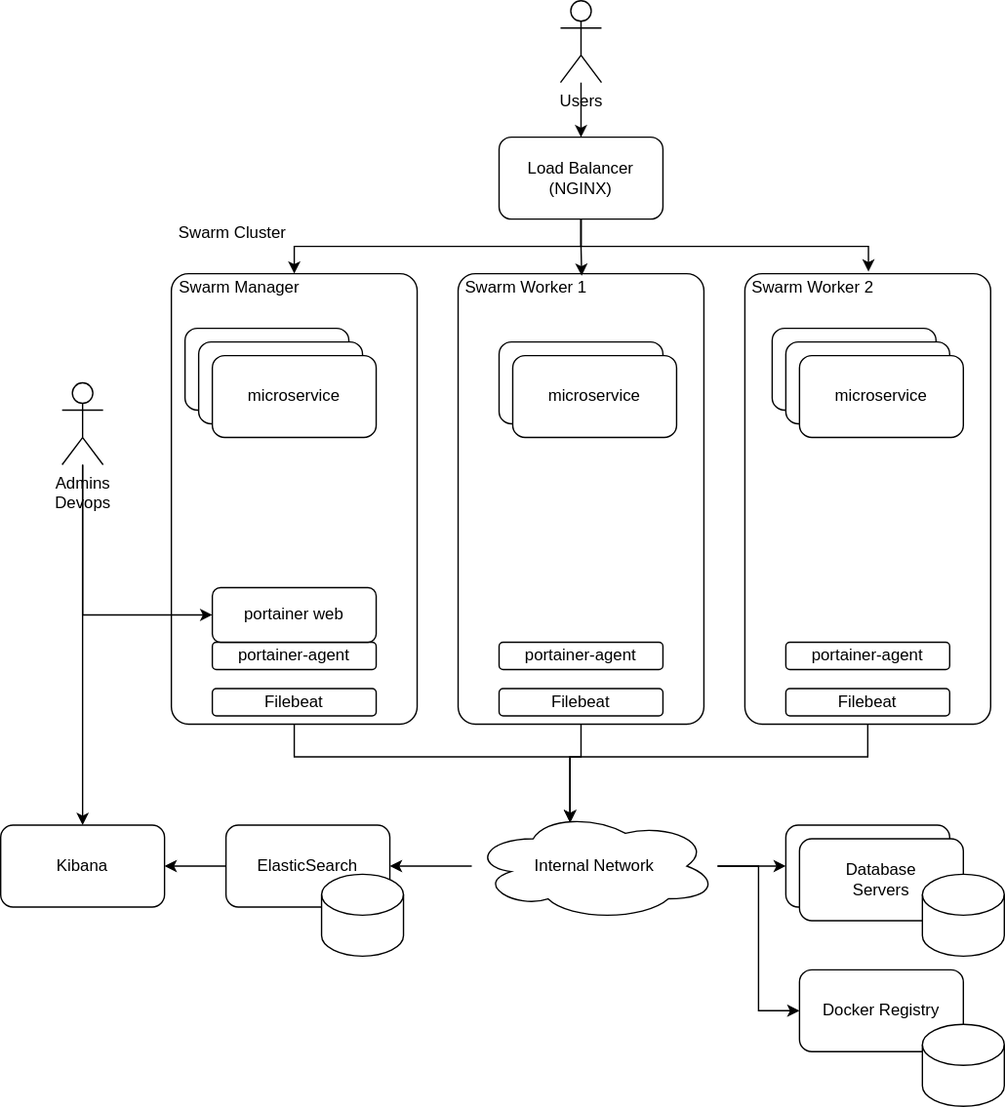
jveverka/microprojects keeps this draw.io diagram as docs/cluster-docker-swarm/docker-swarm-reference-architecture.svg. Above is the earlier version. Source tidied: cells renumbered, new cells last; positions are measured from the earlier drawing's top-left corner, leaving out a move shared by most shapes.
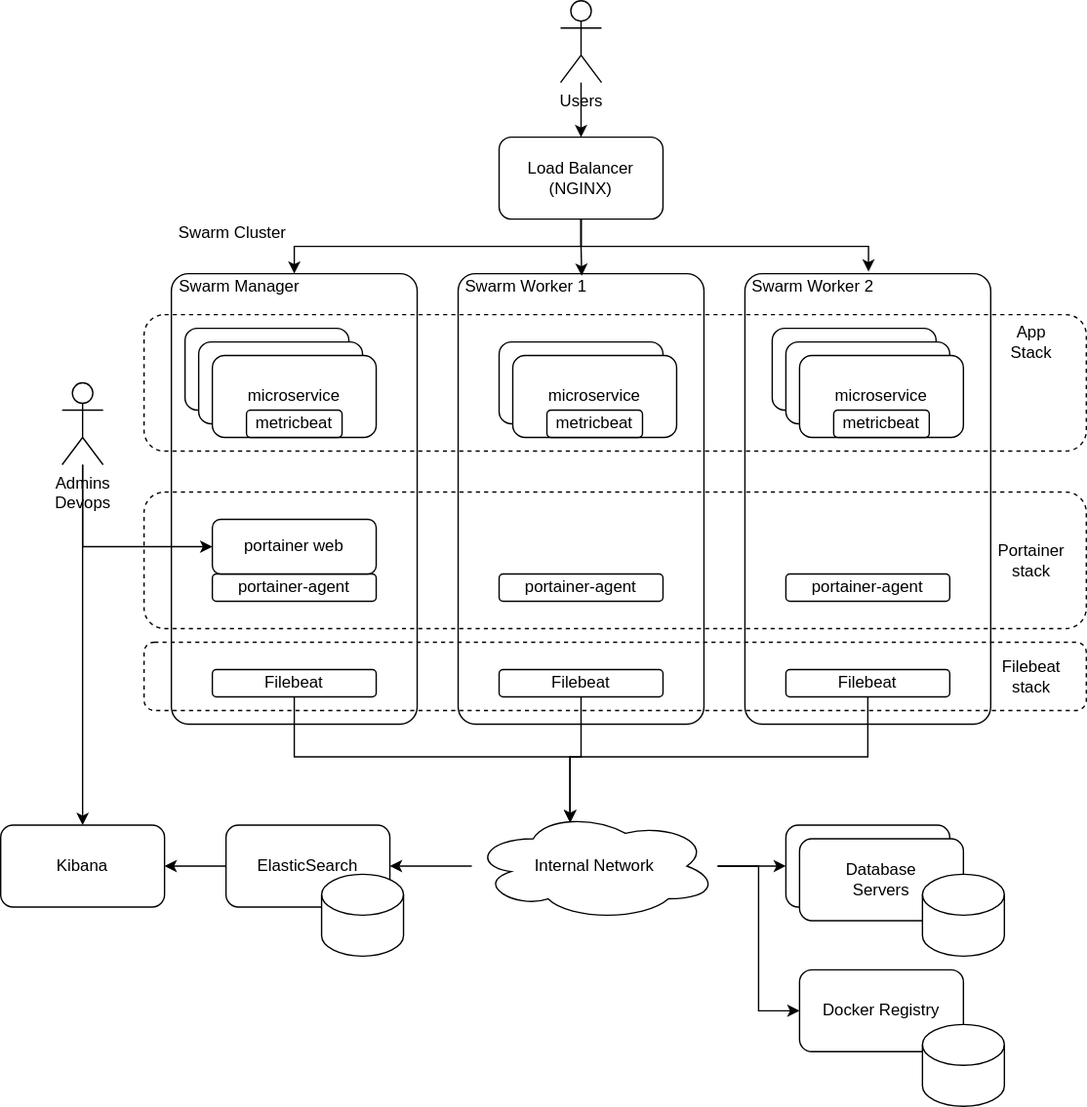
Later version of the same file.

Diff of the diagram source:
```diff
@@ -2,42 +2,48 @@
   <root>
     <mxCell id="0" />
     <mxCell id="1" parent="0" />
+    <mxCell id="7" style="rounded=1;whiteSpace=wrap;html=1;arcSize=7;" parent="1" vertex="1">
+      <mxGeometry x="545" y="200" width="180" height="330" as="geometry" />
+    </mxCell>
+    <mxCell id="5" style="rounded=1;whiteSpace=wrap;html=1;arcSize=7;" parent="1" vertex="1">
+      <mxGeometry x="335" y="200" width="180" height="330" as="geometry" />
+    </mxCell>
+    <mxCell id="3" style="rounded=1;whiteSpace=wrap;html=1;arcSize=7;" parent="1" vertex="1">
+      <mxGeometry x="125" y="200" width="180" height="330" as="geometry" />
+    </mxCell>
+    <mxCell id="49" style="rounded=1;whiteSpace=wrap;html=1;fillColor=none;dashed=1;" parent="1" vertex="1">
+      <mxGeometry x="105" y="470" width="690" height="50" as="geometry" />
+    </mxCell>
+    <mxCell id="50" style="rounded=1;whiteSpace=wrap;html=1;fillColor=none;dashed=1;" parent="1" vertex="1">
+      <mxGeometry x="105" y="360" width="690" height="100" as="geometry" />
+    </mxCell>
+    <mxCell id="51" style="rounded=1;whiteSpace=wrap;html=1;fillColor=none;dashed=1;" parent="1" vertex="1">
+      <mxGeometry x="105" y="230" width="690" height="100" as="geometry" />
+    </mxCell>
-    <mxCell id="2" style="edgeStyle=orthogonalEdgeStyle;rounded=0;jettySize=auto;html=1;entryX=0.4;entryY=0.1;entryDx=0;entryDy=0;entryPerimeter=0;" parent="1" edge="1" target="22">
+    <mxCell id="2" style="edgeStyle=orthogonalEdgeStyle;rounded=0;jettySize=auto;html=1;entryX=0.4;entryY=0.1;entryDx=0;entryDy=0;entryPerimeter=0;exitX=0.5;exitY=1;exitDx=0;exitDy=0;" parent="1" edge="1" source="28" target="22">
       <mxGeometry relative="1" as="geometry">
-        <mxPoint x="215" y="524" as="sourcePoint" />
         <Array as="points">
           <mxPoint x="215" y="554" />
           <mxPoint x="417" y="554" />
         </Array>
       </mxGeometry>
     </mxCell>
-    <mxCell id="3" style="rounded=1;whiteSpace=wrap;html=1;arcSize=7;" parent="1" vertex="1">
-      <mxGeometry x="125" y="200" width="180" height="330" as="geometry" />
-    </mxCell>
-    <mxCell id="4" style="edgeStyle=orthogonalEdgeStyle;rounded=0;jettySize=auto;html=1;entryX=0.4;entryY=0.1;entryDx=0;entryDy=0;entryPerimeter=0;" parent="1" edge="1" target="22">
+    <mxCell id="4" style="edgeStyle=orthogonalEdgeStyle;rounded=0;jettySize=auto;html=1;entryX=0.4;entryY=0.1;entryDx=0;entryDy=0;entryPerimeter=0;exitX=0.5;exitY=1;exitDx=0;exitDy=0;" parent="1" edge="1" source="29" target="22">
       <mxGeometry relative="1" as="geometry">
-        <mxPoint x="425" y="524" as="sourcePoint" />
         <Array as="points">
           <mxPoint x="425" y="554" />
           <mxPoint x="417" y="554" />
         </Array>
       </mxGeometry>
     </mxCell>
-    <mxCell id="5" style="rounded=1;whiteSpace=wrap;html=1;arcSize=7;" parent="1" vertex="1">
-      <mxGeometry x="335" y="200" width="180" height="330" as="geometry" />
-    </mxCell>
-    <mxCell id="6" style="edgeStyle=orthogonalEdgeStyle;rounded=0;jettySize=auto;html=1;entryX=0.4;entryY=0.1;entryDx=0;entryDy=0;entryPerimeter=0;" parent="1" edge="1" target="22">
+    <mxCell id="6" style="edgeStyle=orthogonalEdgeStyle;rounded=0;jettySize=auto;html=1;entryX=0.4;entryY=0.1;entryDx=0;entryDy=0;entryPerimeter=0;exitX=0.5;exitY=1;exitDx=0;exitDy=0;" parent="1" edge="1" source="30" target="22">
       <mxGeometry relative="1" as="geometry">
-        <mxPoint x="635" y="524" as="sourcePoint" />
         <Array as="points">
           <mxPoint x="635" y="554" />
           <mxPoint x="417" y="554" />
         </Array>
       </mxGeometry>
     </mxCell>
-    <mxCell id="7" style="rounded=1;whiteSpace=wrap;html=1;arcSize=7;" parent="1" vertex="1">
-      <mxGeometry x="545" y="200" width="180" height="330" as="geometry" />
-    </mxCell>
     <mxCell id="8" value="Swarm Cluster" style="text;html=1;strokeColor=none;fillColor=none;align=center;verticalAlign=middle;whiteSpace=wrap;rounded=0;" parent="1" vertex="1">
       <mxGeometry x="125" y="160" width="90" height="20" as="geometry" />
     </mxCell>
@@ -99,13 +105,13 @@
       <mxGeometry x="575" y="604" width="120" height="60" as="geometry" />
     </mxCell>
     <mxCell id="28" value="Filebeat" style="rounded=1;whiteSpace=wrap;html=1;" parent="1" vertex="1">
-      <mxGeometry x="155" y="504" width="120" height="20" as="geometry" />
+      <mxGeometry x="155" y="490" width="120" height="20" as="geometry" />
     </mxCell>
     <mxCell id="29" value="Filebeat" style="rounded=1;whiteSpace=wrap;html=1;" parent="1" vertex="1">
-      <mxGeometry x="365" y="504" width="120" height="20" as="geometry" />
+      <mxGeometry x="365" y="490" width="120" height="20" as="geometry" />
     </mxCell>
     <mxCell id="30" value="Filebeat" style="rounded=1;whiteSpace=wrap;html=1;" parent="1" vertex="1">
-      <mxGeometry x="575" y="504" width="120" height="20" as="geometry" />
+      <mxGeometry x="575" y="490" width="120" height="20" as="geometry" />
     </mxCell>
     <mxCell id="31" style="edgeStyle=orthogonalEdgeStyle;rounded=0;jettySize=auto;html=1;entryX=0.5;entryY=0;entryDx=0;entryDy=0;endArrow=classic;endFill=1;" parent="1" edge="1" source="34" target="3">
       <mxGeometry relative="1" as="geometry">
@@ -136,13 +142,13 @@
       <mxGeometry x="410" width="30" height="60" as="geometry" />
     </mxCell>
     <mxCell id="37" value="portainer-agent" style="rounded=1;whiteSpace=wrap;html=1;" parent="1" vertex="1">
-      <mxGeometry x="155" y="470" width="120" height="20" as="geometry" />
+      <mxGeometry x="155" y="420" width="120" height="20" as="geometry" />
     </mxCell>
     <mxCell id="38" value="portainer-agent" style="rounded=1;whiteSpace=wrap;html=1;" parent="1" vertex="1">
-      <mxGeometry x="365" y="470" width="120" height="20" as="geometry" />
+      <mxGeometry x="365" y="420" width="120" height="20" as="geometry" />
     </mxCell>
     <mxCell id="39" value="portainer-agent" style="rounded=1;whiteSpace=wrap;html=1;" parent="1" vertex="1">
-      <mxGeometry x="575" y="470" width="120" height="20" as="geometry" />
+      <mxGeometry x="575" y="420" width="120" height="20" as="geometry" />
     </mxCell>
     <mxCell id="40" value="Database&lt;br&gt;Servers" style="rounded=1;whiteSpace=wrap;html=1;" parent="1" vertex="1">
       <mxGeometry x="585" y="614" width="120" height="60" as="geometry" />
@@ -154,12 +160,12 @@
       <mxGeometry y="604" width="120" height="60" as="geometry" />
     </mxCell>
     <mxCell id="43" value="portainer web" style="rounded=1;whiteSpace=wrap;html=1;" parent="1" vertex="1">
-      <mxGeometry x="155" y="430" width="120" height="40" as="geometry" />
+      <mxGeometry x="155" y="380" width="120" height="40" as="geometry" />
     </mxCell>
     <mxCell id="44" style="edgeStyle=orthogonalEdgeStyle;rounded=0;jettySize=auto;html=1;entryX=0;entryY=0.5;entryDx=0;entryDy=0;startArrow=none;startFill=0;endArrow=classic;endFill=1;" parent="1" edge="1" source="46" target="43">
       <mxGeometry relative="1" as="geometry">
         <Array as="points">
-          <mxPoint x="60" y="450" />
+          <mxPoint x="60" y="400" />
         </Array>
       </mxGeometry>
     </mxCell>
@@ -175,5 +181,23 @@
     <mxCell id="48" style="shape=cylinder3;whiteSpace=wrap;html=1;boundedLbl=1;backgroundOutline=1;size=15;" parent="1" vertex="1">
       <mxGeometry x="675" y="750" width="60" height="60" as="geometry" />
     </mxCell>
+    <mxCell id="52" value="metricbeat" style="rounded=1;whiteSpace=wrap;html=1;" parent="1" vertex="1">
+      <mxGeometry x="180" y="300" width="70" height="20" as="geometry" />
+    </mxCell>
+    <mxCell id="53" value="metricbeat" style="rounded=1;whiteSpace=wrap;html=1;" parent="1" vertex="1">
+      <mxGeometry x="400" y="300" width="70" height="20" as="geometry" />
+    </mxCell>
+    <mxCell id="54" value="metricbeat" style="rounded=1;whiteSpace=wrap;html=1;" parent="1" vertex="1">
+      <mxGeometry x="610" y="300" width="70" height="20" as="geometry" />
+    </mxCell>
+    <mxCell id="55" value="App&lt;br&gt;Stack" style="text;html=1;strokeColor=none;fillColor=none;align=center;verticalAlign=middle;whiteSpace=wrap;rounded=0;dashed=1;" parent="1" vertex="1">
+      <mxGeometry x="735" y="240" width="40" height="20" as="geometry" />
+    </mxCell>
+    <mxCell id="56" value="Filebeat&lt;br&gt;stack" style="text;html=1;strokeColor=none;fillColor=none;align=center;verticalAlign=middle;whiteSpace=wrap;rounded=0;dashed=1;" parent="1" vertex="1">
+      <mxGeometry x="735" y="485" width="40" height="20" as="geometry" />
+    </mxCell>
+    <mxCell id="57" value="Portainer&lt;br&gt;stack" style="text;html=1;strokeColor=none;fillColor=none;align=center;verticalAlign=middle;whiteSpace=wrap;rounded=0;dashed=1;" parent="1" vertex="1">
+      <mxGeometry x="735" y="400" width="40" height="20" as="geometry" />
+    </mxCell>
   </root>
 </mxGraphModel>
```
